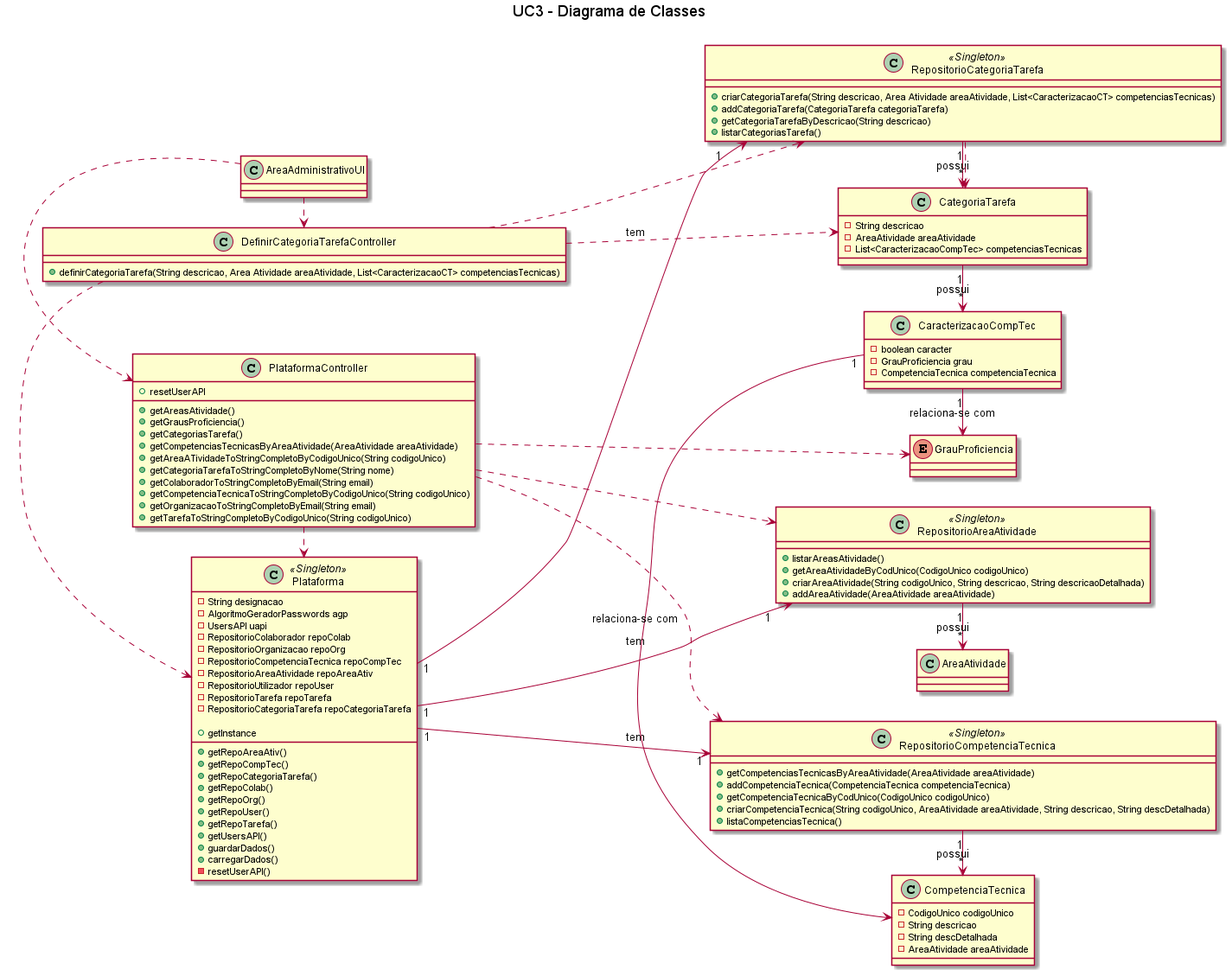
Earlier version of the PlantUML export Sprint 2/UC3_Definir_Categoria_de_Tarefa/UC3 - Diagrama de Classes.png (pedro-miguez/upskill_java1_labprg_grupo3).
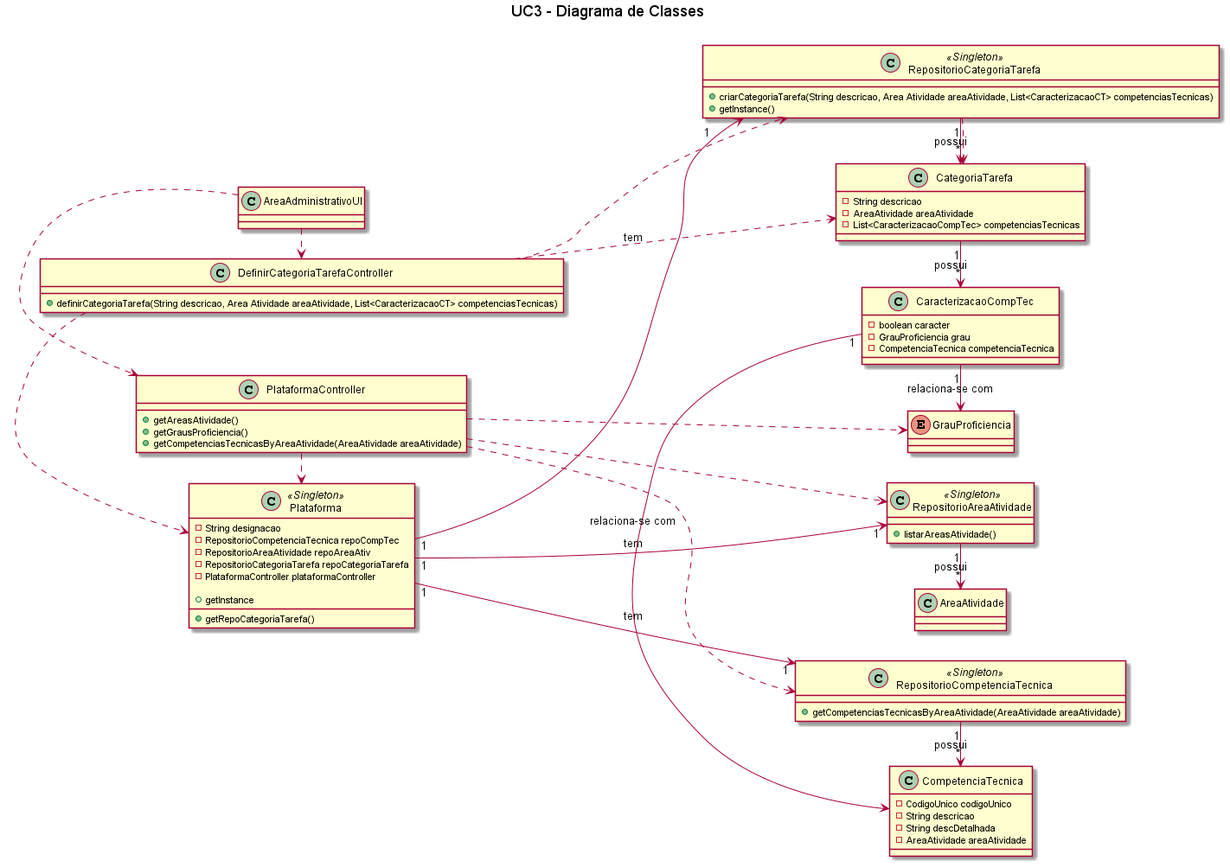
The same diagram one commit later.

Commit message:
update diagrama de classe UC6

What changed in the source:
```diff
@@ -6,42 +6,20 @@
 
 Class Plataforma <<Singleton>> {
     -String designacao
-    -AlgoritmoGeradorPasswords agp
-    -UsersAPI uapi
-    -RepositorioColaborador repoColab
-    -RepositorioOrganizacao repoOrg
     -RepositorioCompetenciaTecnica repoCompTec
     -RepositorioAreaAtividade repoAreaAtiv
-    -RepositorioUtilizador repoUser
-    -RepositorioTarefa repoTarefa
     -RepositorioCategoriaTarefa repoCategoriaTarefa
+    -PlataformaController plataformaController
 
     +getInstance
-    +getRepoAreaAtiv()
-    +getRepoCompTec()
     +getRepoCategoriaTarefa()
-    +getRepoColab()
-    +getRepoOrg()
-    +getRepoUser()
-    +getRepoTarefa()
-    +getUsersAPI()
-    +guardarDados()
-    +carregarDados()
-    -resetUserAPI()
+
 }
 
 Class PlataformaController {
     +getAreasAtividade()
     +getGrausProficiencia()
-    +getCategoriasTarefa()
     +getCompetenciasTecnicasByAreaAtividade(AreaAtividade areaAtividade)
-    +resetUserAPI
-    +getAreaATividadeToStringCompletoByCodigoUnico(String codigoUnico)
-    +getCategoriaTarefaToStringCompletoByNome(String nome)
-    +getColaboradorToStringCompletoByEmail(String email)
-    +getCompetenciaTecnicaToStringCompletoByCodigoUnico(String codigoUnico)
-    +getOrganizacaoToStringCompletoByEmail(String email)
-    +getTarefaToStringCompletoByCodigoUnico(String codigoUnico)
 }
 
 Class CompetenciaTecnica {
@@ -73,25 +51,15 @@
 
 Class RepositorioAreaAtividade <<Singleton>> {
     +listarAreasAtividade()
-    +getAreaAtividadeByCodUnico(CodigoUnico codigoUnico)
-    +criarAreaAtividade(String codigoUnico, String descricao, String descricaoDetalhada)
-    +addAreaAtividade(AreaAtividade areaAtividade)
 }
 
 Class RepositorioCompetenciaTecnica <<Singleton>> {
     +getCompetenciasTecnicasByAreaAtividade(AreaAtividade areaAtividade)
-    +addCompetenciaTecnica(CompetenciaTecnica competenciaTecnica)
-    +getCompetenciaTecnicaByCodUnico(CodigoUnico codigoUnico)
-    +criarCompetenciaTecnica(String codigoUnico, AreaAtividade areaAtividade, String descricao, String descDetalhada)
-    +listaCompetenciasTecnica()
-
 }
 
 Class RepositorioCategoriaTarefa <<Singleton>> {
     +criarCategoriaTarefa(String descricao, Area Atividade areaAtividade, List<CaracterizacaoCT> competenciasTecnicas)
-    +addCategoriaTarefa(CategoriaTarefa categoriaTarefa)
-    +getCategoriaTarefaByDescricao(String descricao)
-    +listarCategoriasTarefa()
+    +getInstance()
 }
 
 Enum GrauProficiencia
```
